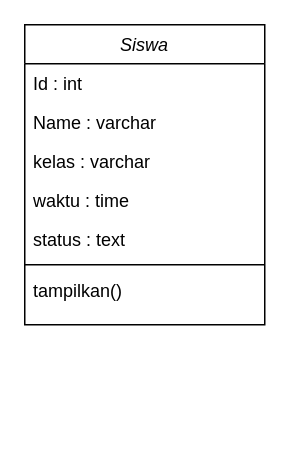
Above: classdiagram-facepresensi.drawio in ditanursabila/face-presensi (draw.io), before the change. Source tidied: cells renumbered, new cells numbered last; positions are measured from the earlier drawing's top-left corner, leaving out a move shared by most shapes. Both pictures are drawn from the tidied source at 150%, with x=0, y=0 at pixel (24, 24).
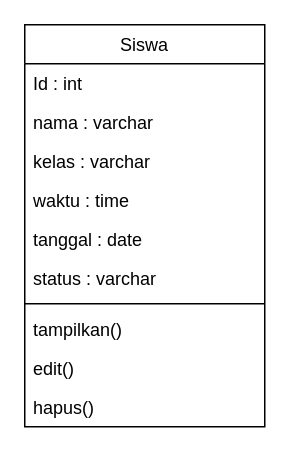
Above is the later version.

The edit, as a diff of the source:
```diff
@@
 <mxGraphModel>
   <root>
     <mxCell id="0" />
     <mxCell id="1" parent="0" />
-    <mxCell id="2" value="Siswa" style="swimlane;fontStyle=2;align=center;verticalAlign=top;horizontal=1;startSize=26;rounded=0;shadow=0;strokeWidth=1;" parent="1" vertex="1">
-      <mxGeometry width="160" height="200" as="geometry" />
+    <mxCell id="2" value="Siswa" style="swimlane;fontStyle=0;align=center;verticalAlign=top;horizontal=1;startSize=26;rounded=0;shadow=0;strokeWidth=1;" parent="1" vertex="1">
+      <mxGeometry width="160" height="268" as="geometry" />
     </mxCell>
     <mxCell id="3" value="Id : int " style="text;align=left;verticalAlign=top;spacingLeft=4;spacingRight=4;overflow=hidden;" parent="2" vertex="1">
       <mxGeometry y="26" width="160" height="26" as="geometry" />
     </mxCell>
-    <mxCell id="4" value="Name : varchar" style="text;align=left;verticalAlign=top;spacingLeft=4;spacingRight=4;overflow=hidden;rounded=0;shadow=0;html=0;" parent="2" vertex="1">
+    <mxCell id="4" value="nama : varchar" style="text;align=left;verticalAlign=top;spacingLeft=4;spacingRight=4;overflow=hidden;rounded=0;shadow=0;html=0;" parent="2" vertex="1">
       <mxGeometry y="52" width="160" height="26" as="geometry" />
     </mxCell>
     <mxCell id="5" value="kelas : varchar" style="text;align=left;verticalAlign=top;spacingLeft=4;spacingRight=4;overflow=hidden;rounded=0;shadow=0;html=0;" parent="2" vertex="1">
       <mxGeometry y="78" width="160" height="26" as="geometry" />
     </mxCell>
     <mxCell id="6" value="waktu : time" style="text;align=left;verticalAlign=top;spacingLeft=4;spacingRight=4;overflow=hidden;rounded=0;shadow=0;html=0;" parent="2" vertex="1">
       <mxGeometry y="104" width="160" height="26" as="geometry" />
     </mxCell>
+    <mxCell id="10" value="tanggal : date" style="text;align=left;verticalAlign=top;spacingLeft=4;spacingRight=4;overflow=hidden;rounded=0;shadow=0;html=0;" parent="2" vertex="1">
+      <mxGeometry y="130" width="160" height="26" as="geometry" />
+    </mxCell>
-    <mxCell id="7" value="status : text" style="text;align=left;verticalAlign=top;spacingLeft=4;spacingRight=4;overflow=hidden;rounded=0;shadow=0;html=0;" parent="2" vertex="1">
-      <mxGeometry y="130" width="160" height="26" as="geometry" />
+    <mxCell id="7" value="status : varchar" style="text;align=left;verticalAlign=top;spacingLeft=4;spacingRight=4;overflow=hidden;rounded=0;shadow=0;html=0;" parent="2" vertex="1">
+      <mxGeometry y="156" width="160" height="26" as="geometry" />
     </mxCell>
     <mxCell id="8" style="line;html=1;strokeWidth=1;align=left;verticalAlign=middle;spacingTop=-1;spacingLeft=3;spacingRight=3;labelPosition=right;" parent="2" vertex="1">
-      <mxGeometry y="156" width="160" height="8" as="geometry" />
+      <mxGeometry y="182" width="160" height="8" as="geometry" />
     </mxCell>
-    <mxCell id="9" value="tampilkan()" style="text;align=left;verticalAlign=top;spacingLeft=4;spacingRight=4;overflow=hidden;" parent="2" vertex="1">
-      <mxGeometry y="164" width="160" height="26" as="geometry" />
+    <mxCell id="9" value="tampilkan()&#10;" style="text;align=left;verticalAlign=top;spacingLeft=4;spacingRight=4;overflow=hidden;" parent="2" vertex="1">
+      <mxGeometry y="190" width="160" height="26" as="geometry" />
     </mxCell>
+    <mxCell id="11" value="edit()&#10;" style="text;align=left;verticalAlign=top;spacingLeft=4;spacingRight=4;overflow=hidden;" parent="2" vertex="1">
+      <mxGeometry y="216" width="160" height="26" as="geometry" />
+    </mxCell>
+    <mxCell id="12" value="hapus()&#10;" style="text;align=left;verticalAlign=top;spacingLeft=4;spacingRight=4;overflow=hidden;" parent="2" vertex="1">
+      <mxGeometry y="242" width="160" height="26" as="geometry" />
+    </mxCell>
   </root>
 </mxGraphModel>
```
